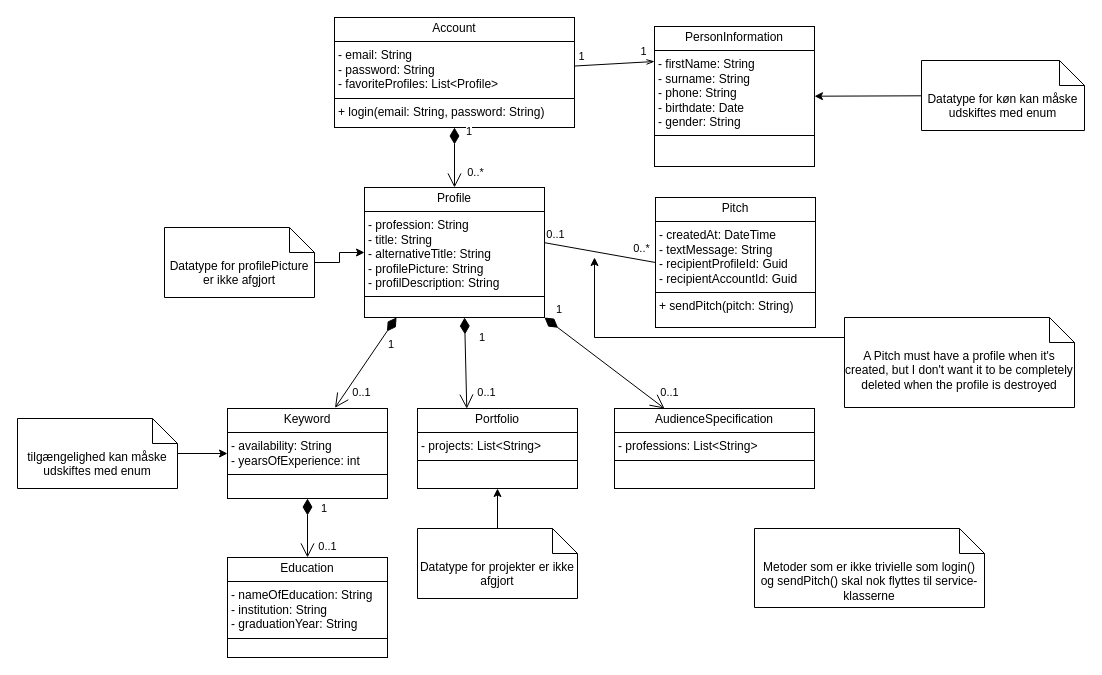
The draw.io diagram Dokumenter/Bilag/1. Forundersøgelse/Design klassediagram - EN.drawio in erikato-git/Hovedopgaven_LinkUp, before the edit. Source tidied: cells renumbered, new cells numbered last; positions are measured from the earlier drawing's top-left corner, leaving out a move shared by most shapes. Both pictures are drawn from the tidied source at 100%, with x=0, y=0 at pixel (17, 17).
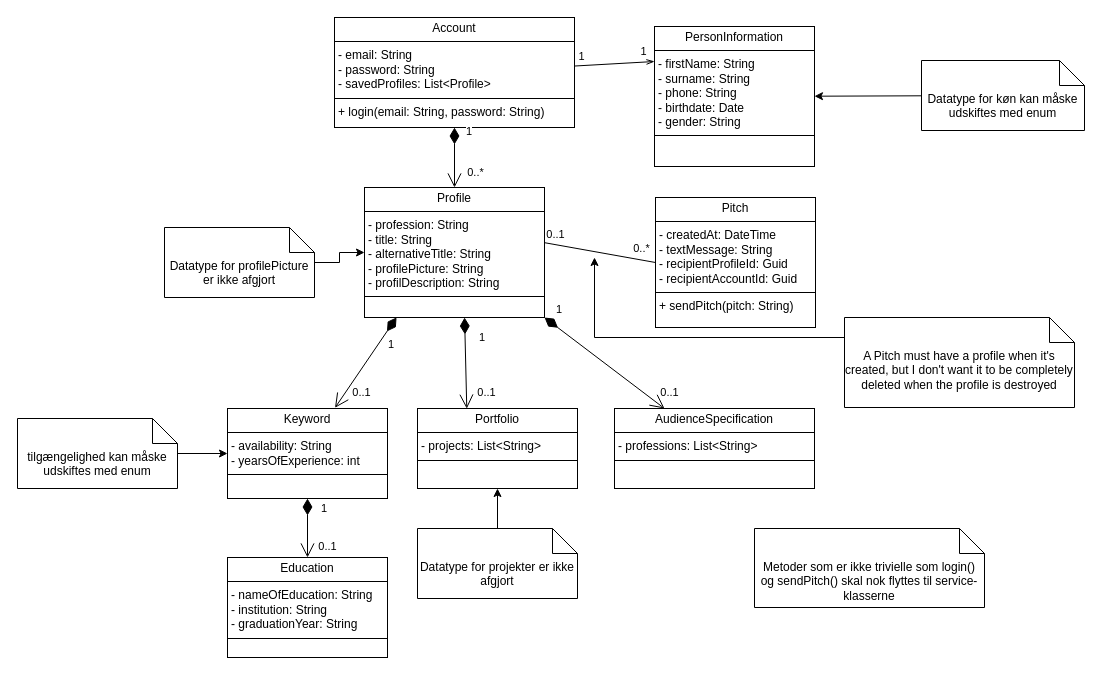
After the change.

Diff of the diagram source:
```diff
@@
-    <mxCell id="2" value="&lt;p style=&quot;margin:0px;margin-top:4px;text-align:center;&quot;&gt;Account&lt;/p&gt;&lt;hr size=&quot;1&quot; style=&quot;border-style:solid;&quot;&gt;&lt;p style=&quot;margin:0px;margin-left:4px;&quot;&gt;- email: String&lt;br&gt;- password: String&lt;/p&gt;&lt;p style=&quot;margin:0px;margin-left:4px;&quot;&gt;- favoriteProfiles: List&amp;lt;Profile&amp;gt;&lt;/p&gt;&lt;hr size=&quot;1&quot; style=&quot;border-style:solid;&quot;&gt;&lt;p style=&quot;margin:0px;margin-left:4px;&quot;&gt;+ login(email: String, password: String)&lt;br&gt;&lt;/p&gt;" style="verticalAlign=top;align=left;overflow=fill;html=1;whiteSpace=wrap;" parent="1" vertex="1">
+    <mxCell id="2" value="&lt;p style=&quot;margin:0px;margin-top:4px;text-align:center;&quot;&gt;Account&lt;/p&gt;&lt;hr size=&quot;1&quot; style=&quot;border-style:solid;&quot;&gt;&lt;p style=&quot;margin:0px;margin-left:4px;&quot;&gt;- email: String&lt;br&gt;- password: String&lt;/p&gt;&lt;p style=&quot;margin:0px;margin-left:4px;&quot;&gt;- savedProfiles: List&amp;lt;Profile&amp;gt;&lt;/p&gt;&lt;hr size=&quot;1&quot; style=&quot;border-style:solid;&quot;&gt;&lt;p style=&quot;margin:0px;margin-left:4px;&quot;&gt;+ login(email: String, password: String)&lt;br&gt;&lt;/p&gt;" style="verticalAlign=top;align=left;overflow=fill;html=1;whiteSpace=wrap;" parent="1" vertex="1">
       <mxGeometry x="317" width="240" height="110" as="geometry" />
     </mxCell>
```
